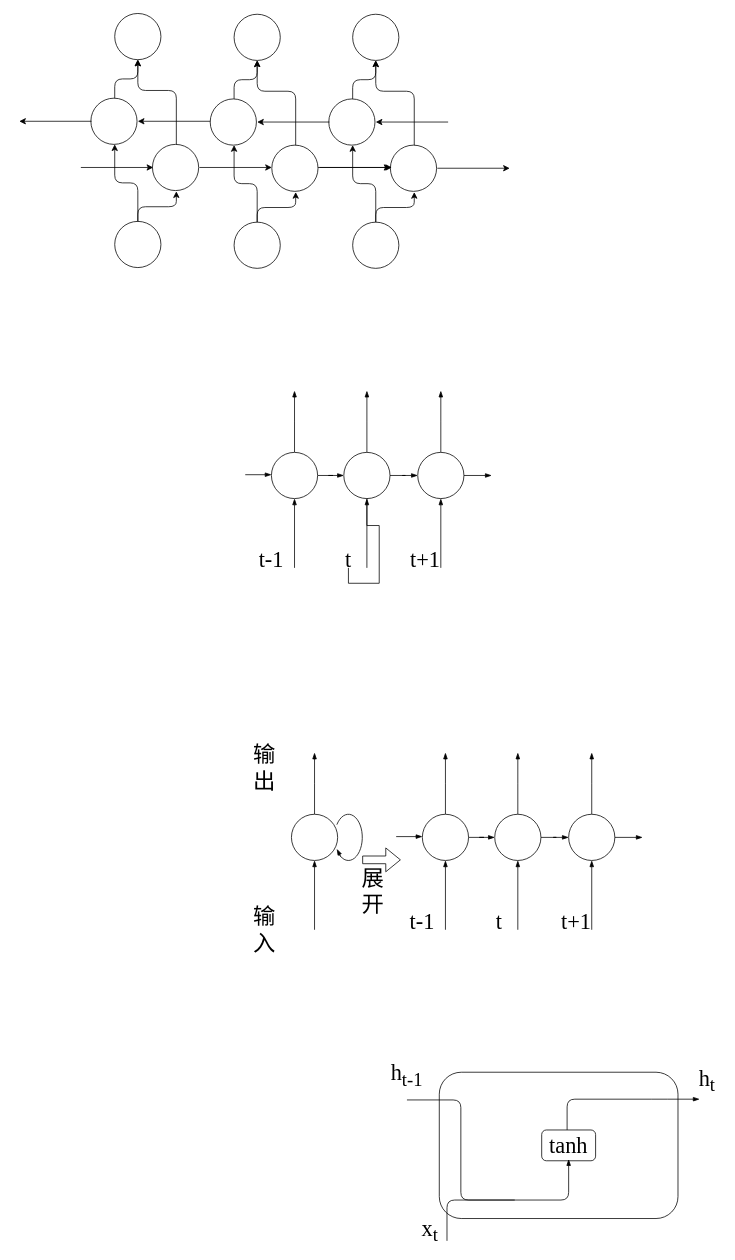
ByronGe/ff keeps this draw.io diagram as 论文rnn.drawio. Above is the earlier version. Source tidied: cells renumbered, new cells numbered last; positions are measured from the earlier drawing's top-left corner, leaving out a move shared by most shapes. Both pictures are drawn from the tidied source at 77%, with x=0, y=0 at pixel (18, 13).
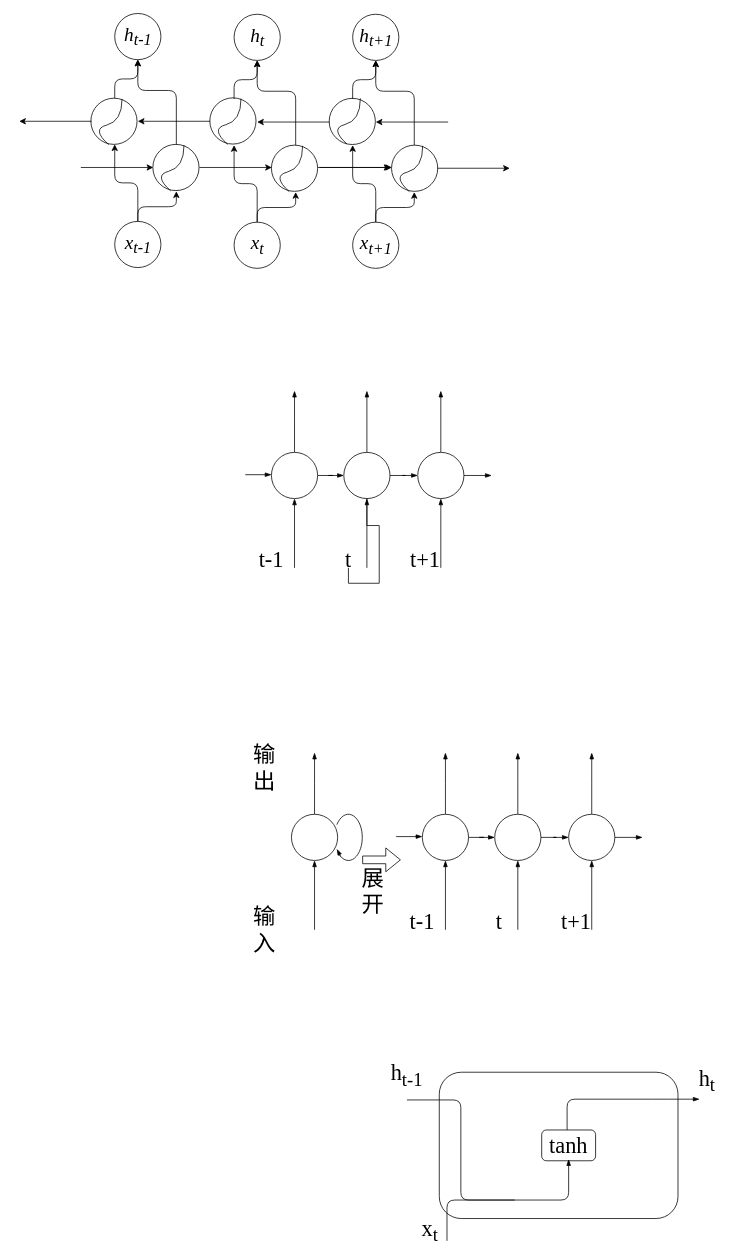
The same diagram, later.

Diff of the diagram source:
```diff
@@
-    <mxCell id="53" style="ellipse;whiteSpace=wrap;html=1;fontSize=25;fontStyle=2;fontFamily=Times New Roman;fillColor=none;" parent="1" vertex="1">
+    <mxCell id="53" value="x&lt;sub&gt;t-1&lt;/sub&gt;" style="ellipse;whiteSpace=wrap;html=1;fontSize=25;fontStyle=2;fontFamily=Times New Roman;fillColor=none;" parent="1" vertex="1">
       <mxGeometry x="124.5" y="270" width="60" height="60" as="geometry" />
     </mxCell>
@@
-    <mxCell id="58" style="ellipse;whiteSpace=wrap;html=1;fontSize=25;fontStyle=2;fontFamily=Times New Roman;fillColor=none;" parent="1" vertex="1">
+    <mxCell id="58" value="h&lt;sub&gt;t-1&lt;/sub&gt;" style="ellipse;whiteSpace=wrap;html=1;fontSize=25;fontStyle=2;fontFamily=Times New Roman;fillColor=none;" parent="1" vertex="1">
       <mxGeometry x="124.5" width="60" height="60" as="geometry" />
     </mxCell>
@@
-    <mxCell id="63" style="ellipse;whiteSpace=wrap;html=1;fontSize=25;fontStyle=2;fontFamily=Times New Roman;fillColor=none;" parent="1" vertex="1">
-      <mxGeometry x="173.5" y="170" width="60" height="60" as="geometry" />
-    </mxCell>
-    <mxCell id="64" style="ellipse;whiteSpace=wrap;html=1;fontSize=25;fontStyle=2;fontFamily=Times New Roman;fillColor=none;" parent="1" vertex="1">
+    <mxCell id="64" value="x&lt;sub&gt;t&lt;/sub&gt;" style="ellipse;whiteSpace=wrap;html=1;fontSize=25;fontStyle=2;fontFamily=Times New Roman;fillColor=none;" parent="1" vertex="1">
       <mxGeometry x="279.5" y="271" width="60" height="60" as="geometry" />
     </mxCell>
@@
-    <mxCell id="69" style="ellipse;whiteSpace=wrap;html=1;fontSize=25;fontStyle=2;fontFamily=Times New Roman;fillColor=none;" parent="1" vertex="1">
+    <mxCell id="69" value="h&lt;sub&gt;t&lt;/sub&gt;" style="ellipse;whiteSpace=wrap;html=1;fontSize=25;fontStyle=2;fontFamily=Times New Roman;fillColor=none;" parent="1" vertex="1">
       <mxGeometry x="279.5" y="1" width="60" height="60" as="geometry" />
     </mxCell>
@@
-    <mxCell id="72" style="ellipse;whiteSpace=wrap;html=1;fontSize=25;fontStyle=2;fontFamily=Times New Roman;fillColor=none;" parent="1" vertex="1">
-      <mxGeometry x="248.5" y="111" width="60" height="60" as="geometry" />
-    </mxCell>
-    <mxCell id="73" style="ellipse;whiteSpace=wrap;html=1;fontSize=25;fontStyle=2;fontFamily=Times New Roman;fillColor=none;" parent="1" vertex="1">
-      <mxGeometry x="328.5" y="171" width="60" height="60" as="geometry" />
-    </mxCell>
@@
-    <mxCell id="75" style="ellipse;whiteSpace=wrap;html=1;fontSize=25;fontStyle=2;fontFamily=Times New Roman;fillColor=none;" parent="1" vertex="1">
+    <mxCell id="75" value="x&lt;sub&gt;t+1&lt;/sub&gt;" style="ellipse;whiteSpace=wrap;html=1;fontSize=25;fontStyle=2;fontFamily=Times New Roman;fillColor=none;" parent="1" vertex="1">
       <mxGeometry x="433.5" y="271" width="60" height="60" as="geometry" />
     </mxCell>
@@
-    <mxCell id="80" style="ellipse;whiteSpace=wrap;html=1;fontSize=25;fontStyle=2;fontFamily=Times New Roman;fillColor=none;" parent="1" vertex="1">
+    <mxCell id="80" value="h&lt;sub&gt;t+1&lt;/sub&gt;" style="ellipse;whiteSpace=wrap;html=1;fontSize=25;fontStyle=2;fontFamily=Times New Roman;fillColor=none;" parent="1" vertex="1">
       <mxGeometry x="433.5" y="1" width="60" height="60" as="geometry" />
     </mxCell>
@@
-    <mxCell id="83" style="ellipse;whiteSpace=wrap;html=1;fontSize=25;fontStyle=2;fontFamily=Times New Roman;fillColor=none;" parent="1" vertex="1">
-      <mxGeometry x="402.5" y="111" width="60" height="60" as="geometry" />
-    </mxCell>
-    <mxCell id="84" style="ellipse;whiteSpace=wrap;html=1;fontSize=25;fontStyle=2;fontFamily=Times New Roman;fillColor=none;" parent="1" vertex="1">
-      <mxGeometry x="482.5" y="171" width="60" height="60" as="geometry" />
-    </mxCell>
+    <mxCell id="85" style="curved=1;endArrow=none;html=1;endFill=0;exitX=0.385;exitY=1.007;exitDx=0;exitDy=0;exitPerimeter=0;" parent="1" edge="1">
+      <mxGeometry relative="1" as="geometry">
+        <mxPoint x="116.6" y="170.4" as="sourcePoint" />
+        <mxPoint x="134" y="111" as="targetPoint" />
+        <Array as="points">
+          <mxPoint x="94" y="150" />
+          <mxPoint x="134" y="140" />
+        </Array>
+      </mxGeometry>
+    </mxCell>
+    <mxCell id="86" style="ellipse;whiteSpace=wrap;html=1;fontSize=25;fontStyle=2;fontFamily=Times New Roman;fillColor=none;" parent="1" vertex="1">
+      <mxGeometry x="174" y="170" width="60" height="60" as="geometry" />
+    </mxCell>
+    <mxCell id="87" style="curved=1;endArrow=none;html=1;endFill=0;exitX=0.385;exitY=1.007;exitDx=0;exitDy=0;exitPerimeter=0;" parent="1" edge="1">
+      <mxGeometry relative="1" as="geometry">
+        <mxPoint x="197.1" y="230.4" as="sourcePoint" />
+        <mxPoint x="214.5" y="171" as="targetPoint" />
+        <Array as="points">
+          <mxPoint x="174.5" y="210" />
+          <mxPoint x="214.5" y="200" />
+        </Array>
+      </mxGeometry>
+    </mxCell>
+    <mxCell id="88" style="ellipse;whiteSpace=wrap;html=1;fontSize=25;fontStyle=2;fontFamily=Times New Roman;fillColor=none;" parent="1" vertex="1">
+      <mxGeometry x="248" y="109.6" width="60" height="60" as="geometry" />
+    </mxCell>
+    <mxCell id="89" style="curved=1;endArrow=none;html=1;endFill=0;exitX=0.385;exitY=1.007;exitDx=0;exitDy=0;exitPerimeter=0;" parent="1" edge="1">
+      <mxGeometry relative="1" as="geometry">
+        <mxPoint x="271.1" y="170" as="sourcePoint" />
+        <mxPoint x="288.5" y="110.6" as="targetPoint" />
+        <Array as="points">
+          <mxPoint x="248.5" y="149.6" />
+          <mxPoint x="288.5" y="139.6" />
+        </Array>
+      </mxGeometry>
+    </mxCell>
+    <mxCell id="90" style="ellipse;whiteSpace=wrap;html=1;fontSize=25;fontStyle=2;fontFamily=Times New Roman;fillColor=none;" parent="1" vertex="1">
+      <mxGeometry x="328" y="171" width="60" height="60" as="geometry" />
+    </mxCell>
+    <mxCell id="91" style="curved=1;endArrow=none;html=1;endFill=0;exitX=0.385;exitY=1.007;exitDx=0;exitDy=0;exitPerimeter=0;" parent="1" edge="1">
+      <mxGeometry relative="1" as="geometry">
+        <mxPoint x="351.1" y="231.4" as="sourcePoint" />
+        <mxPoint x="368.5" y="172" as="targetPoint" />
+        <Array as="points">
+          <mxPoint x="328.5" y="211" />
+          <mxPoint x="368.5" y="201" />
+        </Array>
+      </mxGeometry>
+    </mxCell>
+    <mxCell id="92" style="ellipse;whiteSpace=wrap;html=1;fontSize=25;fontStyle=2;fontFamily=Times New Roman;fillColor=none;" parent="1" vertex="1">
+      <mxGeometry x="403" y="110.2" width="60" height="60" as="geometry" />
+    </mxCell>
+    <mxCell id="93" style="curved=1;endArrow=none;html=1;endFill=0;exitX=0.385;exitY=1.007;exitDx=0;exitDy=0;exitPerimeter=0;" parent="1" edge="1">
+      <mxGeometry relative="1" as="geometry">
+        <mxPoint x="426.1" y="169.6" as="sourcePoint" />
+        <mxPoint x="443.5" y="110.2" as="targetPoint" />
+        <Array as="points">
+          <mxPoint x="403.5" y="149.2" />
+          <mxPoint x="443.5" y="139.2" />
+        </Array>
+      </mxGeometry>
+    </mxCell>
+    <mxCell id="94" style="ellipse;whiteSpace=wrap;html=1;fontSize=25;fontStyle=2;fontFamily=Times New Roman;fillColor=none;" parent="1" vertex="1">
+      <mxGeometry x="484" y="171" width="60" height="60" as="geometry" />
+    </mxCell>
+    <mxCell id="95" style="curved=1;endArrow=none;html=1;endFill=0;exitX=0.385;exitY=1.007;exitDx=0;exitDy=0;exitPerimeter=0;" parent="1" edge="1">
+      <mxGeometry relative="1" as="geometry">
+        <mxPoint x="507.1" y="231.4" as="sourcePoint" />
+        <mxPoint x="524.5" y="172" as="targetPoint" />
+        <Array as="points">
+          <mxPoint x="484.5" y="211" />
+          <mxPoint x="524.5" y="201" />
+        </Array>
+      </mxGeometry>
+    </mxCell>
```
